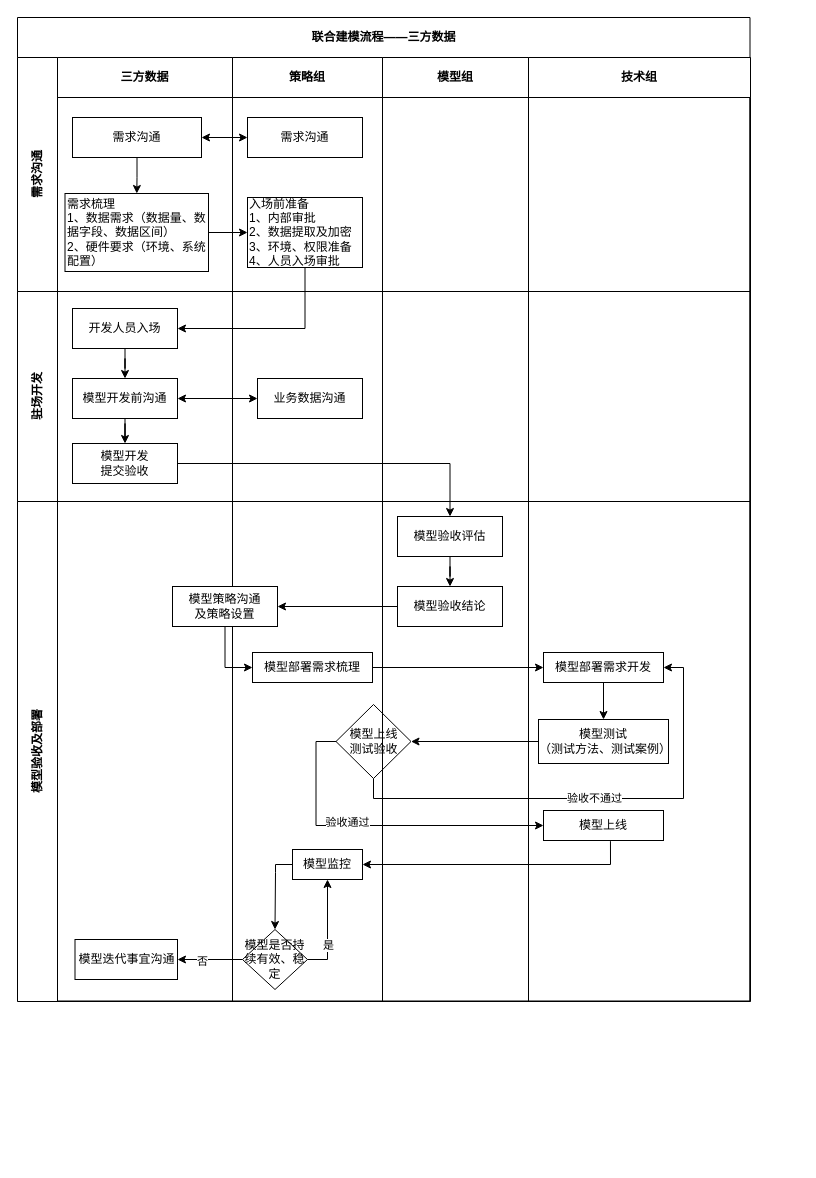
rayboom/books keeps this draw.io diagram as page "三方" (2 of 2) of 建模流程.drawio. Above is the earlier version. Source tidied: cells renumbered, new cells numbered last; positions are measured from the earlier drawing's top-left corner, leaving out a move shared by most shapes. Both pictures are drawn from the tidied source at 100%, with x=0, y=0 at pixel (17, 17).
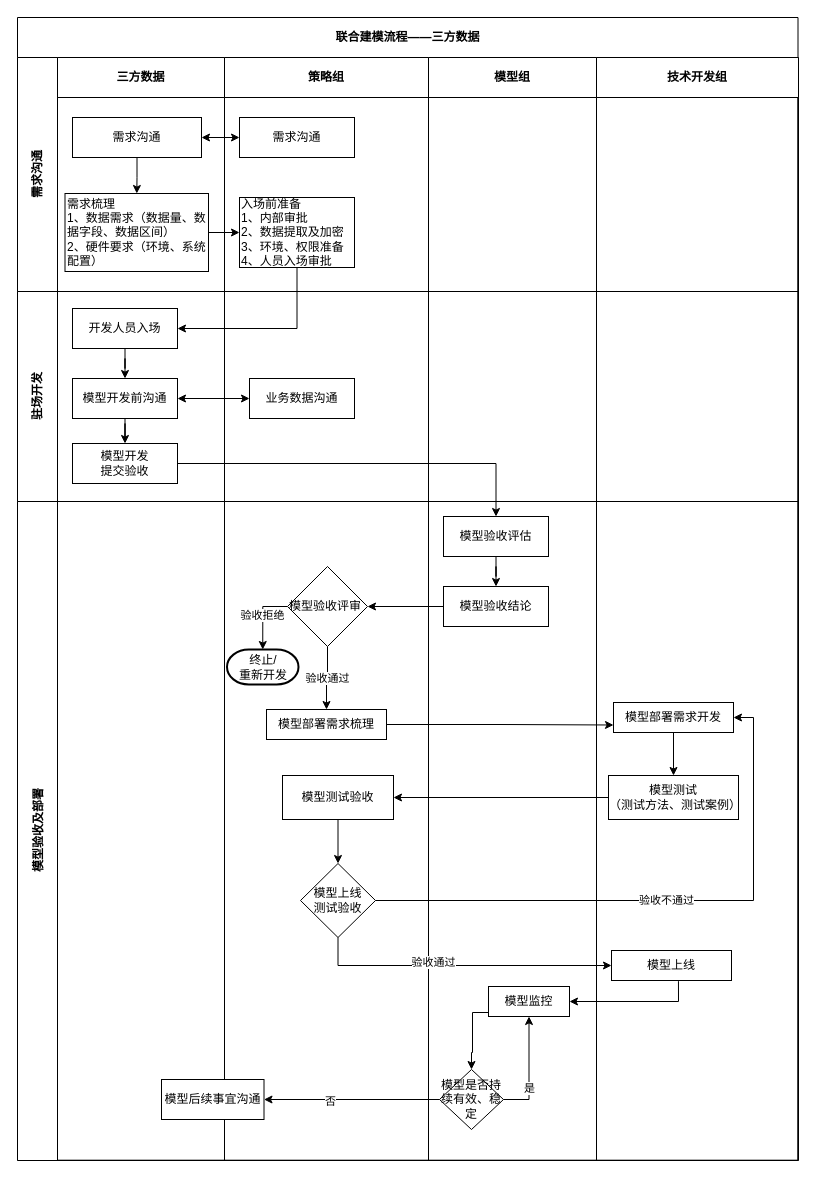
Above is the later version.

The change refers to these unchanged cells:
```xml
<mxCell id="42" value="模型验收结论" style="rounded=0;whiteSpace=wrap;html=1;" parent="40" vertex="1">
  <mxGeometry x="15" y="85" width="105" height="40" as="geometry" />
</mxCell>
```

The edit, as a diff of the source:
```diff
@@
     <mxCell id="2" value="联合建模流程——三方数据" style="shape=table;childLayout=tableLayout;rowLines=0;columnLines=0;startSize=40;html=1;whiteSpace=wrap;fontStyle=1;align=center;" parent="1" vertex="1">
-      <mxGeometry width="732.5" height="983.5" as="geometry" />
+      <mxGeometry width="780.5" height="1142.7" as="geometry" />
     </mxCell>
     <mxCell id="3" value="需求沟通" style="swimlane;horizontal=0;startSize=40;html=1;whiteSpace=wrap;fontStyle=1;" parent="2" vertex="1">
-      <mxGeometry y="40" width="732.5" height="234" as="geometry" />
+      <mxGeometry y="40" width="780.5" height="234" as="geometry" />
     </mxCell>
     <mxCell id="4" value="三方数据" style="swimlane;startSize=40;html=1;whiteSpace=wrap;" parent="3" vertex="1">
-      <mxGeometry x="40" width="175" height="234" as="geometry" />
+      <mxGeometry x="40" width="167" height="234" as="geometry" />
     </mxCell>
@@
     <mxCell id="8" value="策略组" style="swimlane;startSize=40;html=1;whiteSpace=wrap;" parent="3" vertex="1">
-      <mxGeometry x="215" width="150" height="234" as="geometry" />
+      <mxGeometry x="207" width="204" height="234" as="geometry" />
     </mxCell>
@@
     <mxCell id="12" value="模型组" style="swimlane;startSize=40;html=1;whiteSpace=wrap;" parent="3" vertex="1">
-      <mxGeometry x="365" width="146" height="234" as="geometry" />
+      <mxGeometry x="411" width="168" height="234" as="geometry" />
     </mxCell>
-    <mxCell id="13" value="技术组" style="swimlane;startSize=40;html=1;whiteSpace=wrap;" parent="3" vertex="1">
-      <mxGeometry x="511" width="222" height="234" as="geometry" />
+    <mxCell id="13" value="技术开发组" style="swimlane;startSize=40;html=1;whiteSpace=wrap;" parent="3" vertex="1">
+      <mxGeometry x="579" width="202" height="234" as="geometry" />
     </mxCell>
@@
     <mxCell id="15" value="驻场开发" style="swimlane;horizontal=0;startSize=40;html=1;whiteSpace=wrap;" parent="2" vertex="1">
-      <mxGeometry y="274" width="732.5" height="210" as="geometry" />
+      <mxGeometry y="274" width="780.5" height="210" as="geometry" />
     </mxCell>
     <mxCell id="16" style="swimlane;startSize=0;html=1;whiteSpace=wrap;" parent="15" vertex="1">
-      <mxGeometry x="40" width="175" height="210" as="geometry" />
+      <mxGeometry x="40" width="167" height="210" as="geometry" />
     </mxCell>
@@
     <mxCell id="23" style="swimlane;startSize=0;html=1;whiteSpace=wrap;" parent="15" vertex="1">
-      <mxGeometry x="215" width="150" height="210" as="geometry" />
+      <mxGeometry x="207" width="204" height="210" as="geometry" />
     </mxCell>
@@
     <mxCell id="25" style="swimlane;startSize=0;html=1;whiteSpace=wrap;" parent="15" vertex="1">
-      <mxGeometry x="365" width="146" height="210" as="geometry" />
+      <mxGeometry x="411" width="168" height="210" as="geometry" />
     </mxCell>
     <mxCell id="26" style="swimlane;startSize=0;html=1;whiteSpace=wrap;" parent="15" vertex="1">
-      <mxGeometry x="511" width="222" height="210" as="geometry" />
+      <mxGeometry x="579" width="202" height="210" as="geometry" />
     </mxCell>
     <mxCell id="27" value="模型验收及部署" style="swimlane;horizontal=0;startSize=40;html=1;whiteSpace=wrap;" parent="2" vertex="1">
-      <mxGeometry y="484" width="732.5" height="500" as="geometry" />
+      <mxGeometry y="484" width="780.5" height="659" as="geometry" />
     </mxCell>
     <mxCell id="28" style="swimlane;startSize=0;html=1;whiteSpace=wrap;" parent="27" vertex="1">
-      <mxGeometry x="40" width="175" height="500" as="geometry" />
+      <mxGeometry x="40" width="167" height="659" as="geometry" />
     </mxCell>
+    <mxCell id="30" style="swimlane;startSize=0;html=1;whiteSpace=wrap;" parent="27" vertex="1">
+      <mxGeometry x="207" width="204" height="659" as="geometry" />
+    </mxCell>
+    <mxCell id="33" value="模型部署需求梳理" style="whiteSpace=wrap;html=1;rounded=0;" parent="30" vertex="1">
+      <mxGeometry x="42" y="208" width="120" height="30" as="geometry" />
+    </mxCell>
+    <mxCell id="36" value="模型是否持续有效、稳定" style="rhombus;whiteSpace=wrap;html=1;" parent="30" vertex="1">
+      <mxGeometry x="215" y="568" width="64" height="60" as="geometry" />
+    </mxCell>
+    <mxCell id="60" value="验收拒绝" style="edgeStyle=orthogonalEdgeStyle;rounded=0;jettySize=auto;html=1;exitX=0;exitY=0.5;exitDx=0;exitDy=0;entryX=0.5;entryY=0;entryDx=0;entryDy=0;entryPerimeter=0;" parent="30" edge="1" source="62" target="63">
+      <mxGeometry relative="1" as="geometry" />
+    </mxCell>
+    <mxCell id="61" value="验收通过" style="edgeStyle=orthogonalEdgeStyle;rounded=0;jettySize=auto;html=1;" parent="30" edge="1" source="62" target="33">
+      <mxGeometry relative="1" as="geometry" />
+    </mxCell>
+    <mxCell id="62" value="模型验收评审" style="rhombus;whiteSpace=wrap;html=1;align=left;" parent="30" vertex="1">
+      <mxGeometry x="63" y="65" width="80" height="80" as="geometry" />
+    </mxCell>
+    <mxCell id="63" value="终止/&lt;br&gt;重新开发" style="strokeWidth=2;html=1;shape=mxgraph.flowchart.terminator;whiteSpace=wrap;align=center;" parent="30" vertex="1">
+      <mxGeometry x="2.5" y="148" width="71.5" height="35" as="geometry" />
+    </mxCell>
-    <mxCell id="29" value="模型迭代事宜沟通" style="whiteSpace=wrap;html=1;" parent="28" vertex="1">
-      <mxGeometry x="17.5" y="438" width="102.5" height="40" as="geometry" />
+    <mxCell id="29" value="模型后续事宜沟通" style="whiteSpace=wrap;html=1;" parent="30" vertex="1">
+      <mxGeometry x="-63" y="578" width="102.5" height="40" as="geometry" />
     </mxCell>
-    <mxCell id="30" style="swimlane;startSize=0;html=1;whiteSpace=wrap;" parent="27" vertex="1">
-      <mxGeometry x="215" width="150" height="500" as="geometry" />
-    </mxCell>
-    <mxCell id="31" style="edgeStyle=orthogonalEdgeStyle;rounded=0;jettySize=auto;html=1;entryX=0;entryY=0.5;entryDx=0;entryDy=0;" parent="30" edge="1" source="32" target="33">
-      <mxGeometry relative="1" as="geometry" />
-    </mxCell>
-    <mxCell id="32" value="模型策略沟通&lt;br&gt;及策略设置" style="rounded=0;whiteSpace=wrap;html=1;" parent="30" vertex="1">
-      <mxGeometry x="-60" y="85" width="105" height="40" as="geometry" />
-    </mxCell>
-    <mxCell id="33" value="模型部署需求梳理" style="whiteSpace=wrap;html=1;rounded=0;" parent="30" vertex="1">
-      <mxGeometry x="20" y="151" width="120" height="30" as="geometry" />
-    </mxCell>
-    <mxCell id="34" style="edgeStyle=orthogonalEdgeStyle;rounded=0;jettySize=auto;html=1;entryX=0.5;entryY=0;entryDx=0;entryDy=0;exitX=0;exitY=0.5;exitDx=0;exitDy=0;" parent="30" edge="1" source="35" target="36">
-      <mxGeometry relative="1" as="geometry">
-        <Array as="points">
-          <mxPoint x="43" y="371" />
-          <mxPoint x="43" y="411" />
-        </Array>
-      </mxGeometry>
-    </mxCell>
-    <mxCell id="35" value="模型监控" style="whiteSpace=wrap;html=1;rounded=0;" parent="30" vertex="1">
-      <mxGeometry x="60" y="348" width="70" height="30" as="geometry" />
-    </mxCell>
-    <mxCell id="36" value="模型是否持续有效、稳定" style="rhombus;whiteSpace=wrap;html=1;" parent="30" vertex="1">
-      <mxGeometry x="10" y="428" width="65" height="60" as="geometry" />
-    </mxCell>
-    <mxCell id="37" value="模型上线&lt;br&gt;测试验收" style="rhombus;whiteSpace=wrap;html=1;align=center;" parent="30" vertex="1">
-      <mxGeometry x="103.5" y="203" width="75" height="74" as="geometry" />
-    </mxCell>
-    <mxCell id="38" style="edgeStyle=orthogonalEdgeStyle;rounded=0;jettySize=auto;html=1;entryX=0.5;entryY=1;entryDx=0;entryDy=0;exitX=1;exitY=0.5;exitDx=0;exitDy=0;" parent="30" edge="1" source="36" target="35">
-      <mxGeometry relative="1" as="geometry" />
-    </mxCell>
-    <mxCell id="39" value="是" style="edgeLabel;html=1;align=center;verticalAlign=middle;" parent="38" vertex="1">
-      <mxGeometry x="-0.31" relative="1" as="geometry" />
-    </mxCell>
+    <mxCell id="53" style="edgeStyle=orthogonalEdgeStyle;rounded=0;jettySize=auto;html=1;" parent="30" edge="1" source="36" target="29">
+      <mxGeometry relative="1" as="geometry" />
+    </mxCell>
+    <mxCell id="54" value="否" style="edgeLabel;html=1;align=center;verticalAlign=middle;" parent="53" vertex="1">
+      <mxGeometry x="0.25" y="1" relative="1" as="geometry" />
+    </mxCell>
     <mxCell id="40" style="swimlane;startSize=0;html=1;whiteSpace=wrap;" parent="27" vertex="1">
-      <mxGeometry x="365" width="146" height="500" as="geometry" />
+      <mxGeometry x="411" width="168" height="659" as="geometry" />
     </mxCell>
@@
+    <mxCell id="64" style="edgeStyle=orthogonalEdgeStyle;rounded=0;jettySize=auto;html=1;exitX=0.5;exitY=1;exitDx=0;exitDy=0;" parent="40" edge="1" source="65" target="37">
+      <mxGeometry relative="1" as="geometry" />
+    </mxCell>
+    <mxCell id="65" value="模型测试验收" style="whiteSpace=wrap;html=1;rounded=0;" parent="40" vertex="1">
+      <mxGeometry x="-146" y="274" width="111" height="44" as="geometry" />
+    </mxCell>
+    <mxCell id="37" value="模型上线&lt;br&gt;测试验收" style="rhombus;whiteSpace=wrap;html=1;align=center;" parent="40" vertex="1">
+      <mxGeometry x="-128" y="362" width="75" height="74" as="geometry" />
+    </mxCell>
+    <mxCell id="35" value="模型监控" style="whiteSpace=wrap;html=1;rounded=0;" parent="40" vertex="1">
+      <mxGeometry x="60" y="485" width="81" height="30" as="geometry" />
+    </mxCell>
     <mxCell id="44" style="swimlane;startSize=0;html=1;whiteSpace=wrap;" parent="27" vertex="1">
-      <mxGeometry x="511" width="222" height="500" as="geometry" />
+      <mxGeometry x="579" width="202" height="659" as="geometry" />
     </mxCell>
     <mxCell id="45" value="模型部署需求开发" style="whiteSpace=wrap;html=1;rounded=0;" parent="44" vertex="1">
-      <mxGeometry x="15" y="151" width="120" height="30" as="geometry" />
+      <mxGeometry x="17" y="201" width="120" height="30" as="geometry" />
     </mxCell>
     <mxCell id="46" value="模型测试&lt;br&gt;（测试方法、测试案例）" style="whiteSpace=wrap;html=1;rounded=0;" parent="44" vertex="1">
-      <mxGeometry x="10" y="218" width="130" height="44" as="geometry" />
+      <mxGeometry x="12" y="274" width="130" height="44" as="geometry" />
     </mxCell>
@@
     <mxCell id="48" value="模型上线" style="whiteSpace=wrap;html=1;rounded=0;" parent="44" vertex="1">
-      <mxGeometry x="15" y="309" width="120" height="30" as="geometry" />
+      <mxGeometry x="15" y="449" width="120" height="30" as="geometry" />
     </mxCell>
-    <mxCell id="49" style="edgeStyle=orthogonalEdgeStyle;rounded=0;jettySize=auto;html=1;" parent="27" edge="1" source="33" target="45">
+    <mxCell id="49" style="edgeStyle=orthogonalEdgeStyle;rounded=0;jettySize=auto;html=1;entryX=0;entryY=0.75;entryDx=0;entryDy=0;" parent="27" edge="1" source="33" target="45">
       <mxGeometry relative="1" as="geometry" />
     </mxCell>
-    <mxCell id="50" style="edgeStyle=orthogonalEdgeStyle;rounded=0;jettySize=auto;html=1;entryX=0;entryY=0.5;entryDx=0;entryDy=0;exitX=0;exitY=0.5;exitDx=0;exitDy=0;" parent="27" edge="1" source="37" target="48">
+    <mxCell id="50" style="edgeStyle=orthogonalEdgeStyle;rounded=0;jettySize=auto;html=1;entryX=0;entryY=0.5;entryDx=0;entryDy=0;exitX=0.5;exitY=1;exitDx=0;exitDy=0;" parent="27" edge="1" source="37" target="48">
       <mxGeometry relative="1" as="geometry" />
     </mxCell>
@@
-    <mxCell id="53" style="edgeStyle=orthogonalEdgeStyle;rounded=0;jettySize=auto;html=1;" parent="27" edge="1" source="36" target="29">
-      <mxGeometry relative="1" as="geometry" />
-    </mxCell>
-    <mxCell id="54" value="否" style="edgeLabel;html=1;align=center;verticalAlign=middle;" parent="53" vertex="1">
-      <mxGeometry x="0.25" y="1" relative="1" as="geometry" />
-    </mxCell>
-    <mxCell id="55" style="edgeStyle=orthogonalEdgeStyle;rounded=0;jettySize=auto;html=1;exitX=0;exitY=0.5;exitDx=0;exitDy=0;entryX=1;entryY=0.5;entryDx=0;entryDy=0;" parent="27" edge="1" source="42" target="32">
+    <mxCell id="55" style="edgeStyle=orthogonalEdgeStyle;rounded=0;jettySize=auto;html=1;exitX=0;exitY=0.5;exitDx=0;exitDy=0;entryX=1;entryY=0.5;entryDx=0;entryDy=0;" parent="27" edge="1" source="42" target="62">
       <mxGeometry relative="1" as="geometry" />
     </mxCell>
-    <mxCell id="56" style="edgeStyle=orthogonalEdgeStyle;rounded=0;jettySize=auto;html=1;exitX=0;exitY=0.5;exitDx=0;exitDy=0;entryX=1;entryY=0.5;entryDx=0;entryDy=0;" parent="27" edge="1" source="46" target="37">
-      <mxGeometry relative="1" as="geometry" />
-    </mxCell>
-    <mxCell id="57" value="验收不通过" style="edgeStyle=orthogonalEdgeStyle;rounded=0;jettySize=auto;html=1;entryX=1;entryY=0.5;entryDx=0;entryDy=0;exitX=0.5;exitY=1;exitDx=0;exitDy=0;" parent="27" edge="1" source="37" target="45">
+    <mxCell id="57" value="验收不通过" style="edgeStyle=orthogonalEdgeStyle;rounded=0;jettySize=auto;html=1;entryX=1;entryY=0.5;entryDx=0;entryDy=0;exitX=1;exitY=0.5;exitDx=0;exitDy=0;" parent="27" edge="1" source="37" target="45">
       <mxGeometry relative="1" as="geometry" />
     </mxCell>
+    <mxCell id="66" style="edgeStyle=orthogonalEdgeStyle;rounded=0;jettySize=auto;html=1;" parent="27" edge="1" source="46" target="65">
+      <mxGeometry relative="1" as="geometry" />
+    </mxCell>
+    <mxCell id="34" style="edgeStyle=orthogonalEdgeStyle;rounded=0;jettySize=auto;html=1;entryX=0.5;entryY=0;entryDx=0;entryDy=0;exitX=0;exitY=0.5;exitDx=0;exitDy=0;" parent="27" edge="1" source="35" target="36">
+      <mxGeometry relative="1" as="geometry">
+        <Array as="points">
+          <mxPoint x="471" y="511" />
+          <mxPoint x="455" y="511" />
+          <mxPoint x="455" y="551" />
+        </Array>
+      </mxGeometry>
+    </mxCell>
+    <mxCell id="38" style="edgeStyle=orthogonalEdgeStyle;rounded=0;jettySize=auto;html=1;entryX=0.5;entryY=1;entryDx=0;entryDy=0;exitX=1;exitY=0.5;exitDx=0;exitDy=0;" parent="27" edge="1" source="36" target="35">
+      <mxGeometry relative="1" as="geometry" />
+    </mxCell>
+    <mxCell id="39" value="是" style="edgeLabel;html=1;align=center;verticalAlign=middle;" parent="38" vertex="1">
+      <mxGeometry x="-0.31" relative="1" as="geometry" />
+    </mxCell>
```
